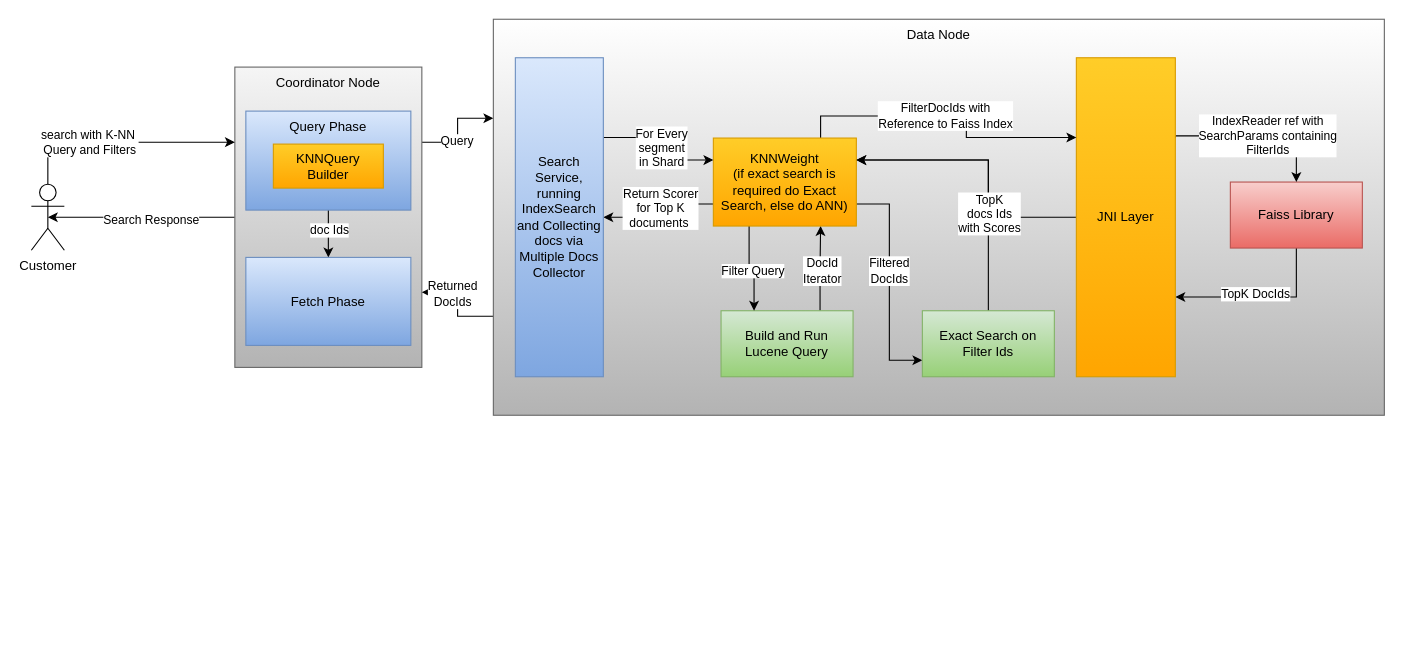
The draw.io diagram OpenSearch/FaissEfficientFiltering.drawio in navneet1v/FlowDiagram, before the edit. Source tidied: cells renumbered, new cells numbered last; positions are measured from the earlier drawing's top-left corner, leaving out a move shared by most shapes. Both pictures are drawn from the tidied source at 110%, with x=0, y=0 at pixel (31, 19).
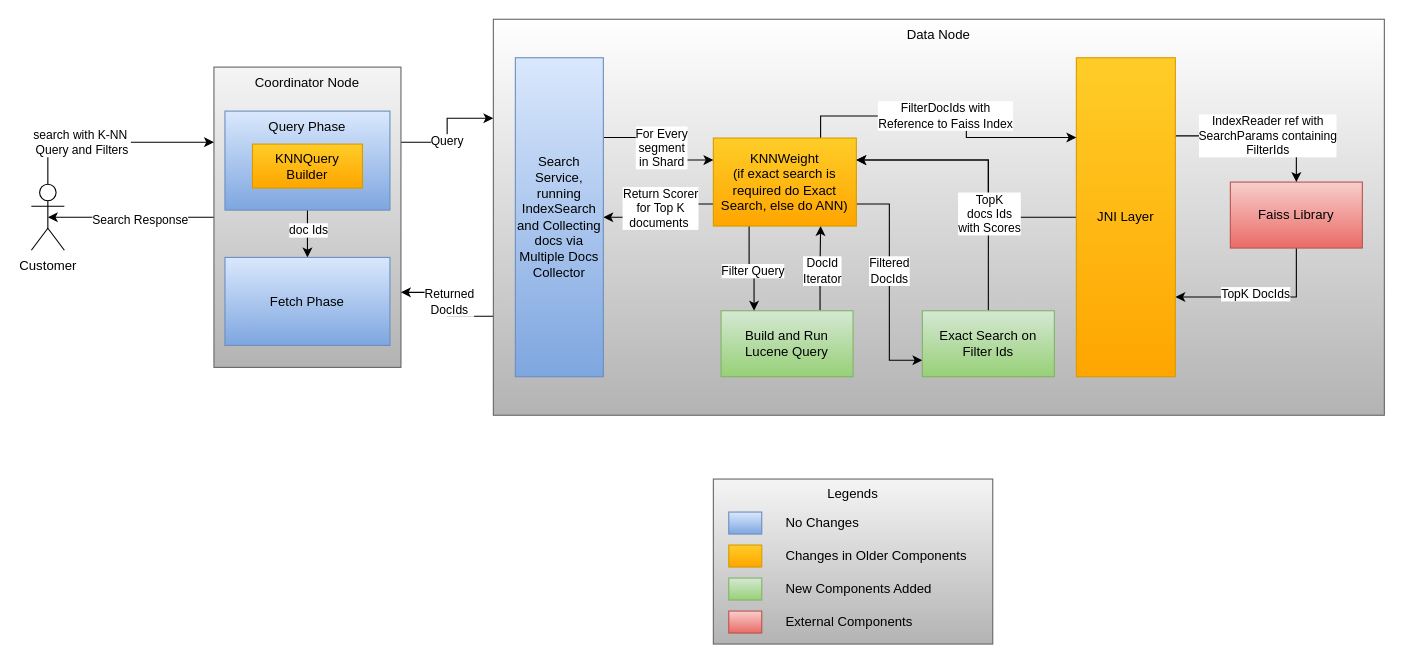
Above is the later version.

The change refers to these unchanged cells:
```xml
<mxCell id="7" style="edgeStyle=orthogonalEdgeStyle;rounded=0;jettySize=auto;html=1;exitX=0;exitY=0.75;exitDx=0;exitDy=0;entryX=1;entryY=0.75;entryDx=0;entryDy=0;" parent="1" edge="1" source="9" target="6">
  <mxGeometry relative="1" as="geometry" />
</mxCell>
```

The edit, as a diff of the source:
```diff
@@
     <mxCell id="6" value="Coordinator Node" style="rounded=0;whiteSpace=wrap;html=1;verticalAlign=top;fillColor=#f5f5f5;gradientColor=#b3b3b3;strokeColor=#666666;" parent="1" vertex="1">
-      <mxGeometry x="185" y="43.5" width="170" height="273" as="geometry" />
+      <mxGeometry x="166" y="43.5" width="170" height="273" as="geometry" />
     </mxCell>
@@
     <mxCell id="8" value="Returned&lt;br&gt;DocIds" style="edgeLabel;html=1;align=center;verticalAlign=middle;" parent="7" vertex="1">
-      <mxGeometry x="0.36" y="1" relative="1" as="geometry" />
+      <mxGeometry x="0.36" y="1" relative="1" as="geometry">
+        <mxPoint x="10" y="7" as="offset" />
+      </mxGeometry>
     </mxCell>
@@
     <mxCell id="37" value="Query Phase" style="rounded=0;whiteSpace=wrap;html=1;verticalAlign=top;fillColor=#dae8fc;gradientColor=#7ea6e0;strokeColor=#6c8ebf;" parent="1" vertex="1">
-      <mxGeometry x="195" y="83.5" width="150" height="90" as="geometry" />
+      <mxGeometry x="176" y="83.5" width="150" height="90" as="geometry" />
     </mxCell>
     <mxCell id="38" value="Fetch Phase" style="rounded=0;whiteSpace=wrap;html=1;verticalAlign=middle;fillColor=#dae8fc;gradientColor=#7ea6e0;strokeColor=#6c8ebf;" parent="1" vertex="1">
-      <mxGeometry x="195" y="216.5" width="150" height="80" as="geometry" />
+      <mxGeometry x="176" y="216.5" width="150" height="80" as="geometry" />
     </mxCell>
     <mxCell id="39" value="KNNQuery Builder" style="rounded=0;whiteSpace=wrap;html=1;fillColor=#ffcd28;gradientColor=#ffa500;strokeColor=#d79b00;" parent="1" vertex="1">
-      <mxGeometry x="220" y="113.5" width="100" height="40" as="geometry" />
+      <mxGeometry x="201" y="113.5" width="100" height="40" as="geometry" />
     </mxCell>
@@
+    <mxCell id="43" value="Legends" style="rounded=0;whiteSpace=wrap;html=1;verticalAlign=top;fillColor=#f5f5f5;gradientColor=#b3b3b3;strokeColor=#666666;" parent="1" vertex="1">
+      <mxGeometry x="620" y="418" width="254" height="150" as="geometry" />
+    </mxCell>
+    <mxCell id="44" style="rounded=0;whiteSpace=wrap;html=1;fillColor=#dae8fc;gradientColor=#7ea6e0;strokeColor=#6c8ebf;" parent="1" vertex="1">
+      <mxGeometry x="634" y="448" width="30" height="20" as="geometry" />
+    </mxCell>
+    <mxCell id="45" value="No Changes&amp;nbsp;" style="text;html=1;strokeColor=none;fillColor=none;align=left;verticalAlign=middle;whiteSpace=wrap;rounded=0;" parent="1" vertex="1">
+      <mxGeometry x="684" y="443" width="180" height="30" as="geometry" />
+    </mxCell>
+    <mxCell id="46" style="rounded=0;whiteSpace=wrap;html=1;fillColor=#ffcd28;gradientColor=#ffa500;strokeColor=#d79b00;" parent="1" vertex="1">
+      <mxGeometry x="634" y="478" width="30" height="20" as="geometry" />
+    </mxCell>
+    <mxCell id="47" style="rounded=0;whiteSpace=wrap;html=1;fillColor=#d5e8d4;gradientColor=#97d077;strokeColor=#82b366;" parent="1" vertex="1">
+      <mxGeometry x="634" y="508" width="30" height="20" as="geometry" />
+    </mxCell>
+    <mxCell id="48" value="New Components Added" style="text;html=1;strokeColor=none;fillColor=none;align=left;verticalAlign=middle;whiteSpace=wrap;rounded=0;" parent="1" vertex="1">
+      <mxGeometry x="684" y="503" width="180" height="30" as="geometry" />
+    </mxCell>
+    <mxCell id="49" style="rounded=0;whiteSpace=wrap;html=1;fillColor=#f8cecc;gradientColor=#ea6b66;strokeColor=#b85450;" parent="1" vertex="1">
+      <mxGeometry x="634" y="538" width="30" height="20" as="geometry" />
+    </mxCell>
+    <mxCell id="50" value="External Components" style="text;html=1;strokeColor=none;fillColor=none;align=left;verticalAlign=middle;whiteSpace=wrap;rounded=0;" parent="1" vertex="1">
+      <mxGeometry x="684" y="533" width="180" height="30" as="geometry" />
+    </mxCell>
+    <mxCell id="51" value="Changes in Older Components" style="text;html=1;strokeColor=none;fillColor=none;align=left;verticalAlign=middle;whiteSpace=wrap;rounded=0;" parent="1" vertex="1">
+      <mxGeometry x="684" y="473" width="180" height="30" as="geometry" />
+    </mxCell>
```
